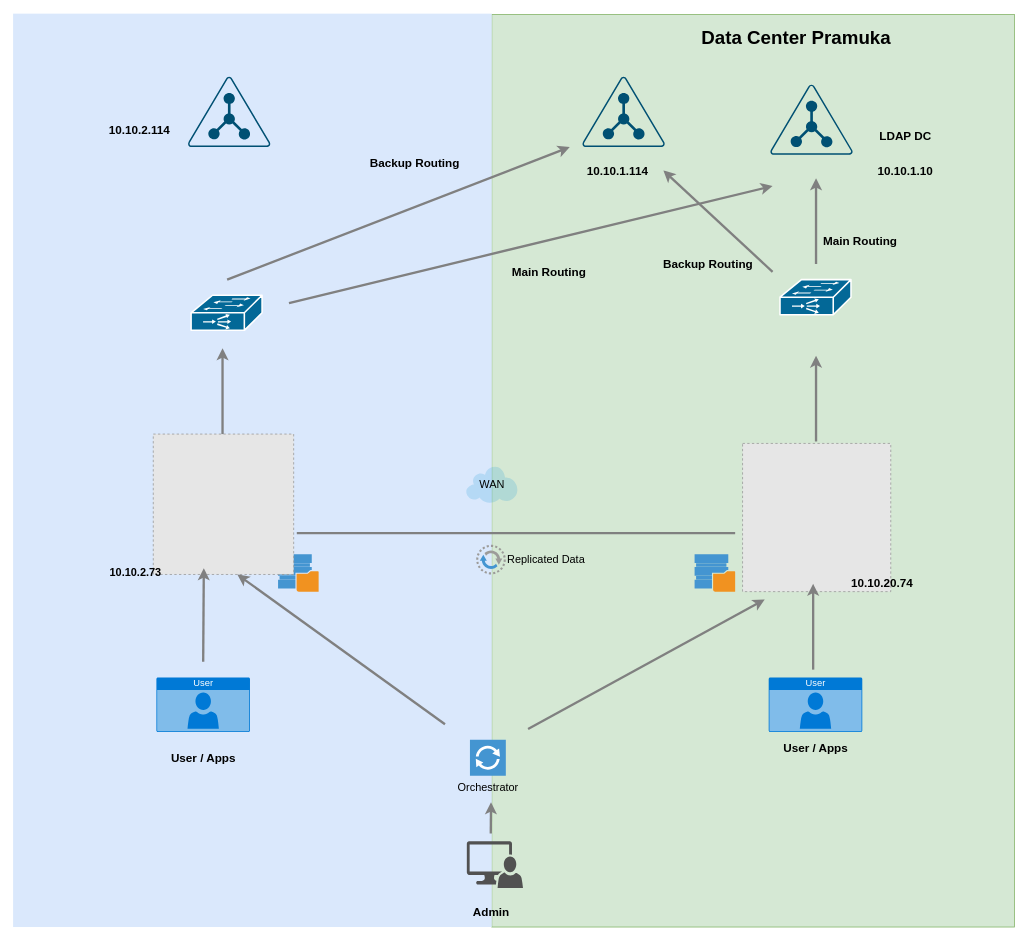
Above: page "Page-1" (1 of 3) of Ldap.drawio in wachid-sst/HomeWork (draw.io), before the change. Source tidied: cells renumbered, new cells numbered last; positions are measured from the earlier drawing's top-left corner, leaving out a move shared by most shapes. Both pictures are drawn from the tidied source at 78%, with x=0, y=0 at pixel (12, 13). Pictures stored in the file or linked from it are replaced by grey dashed boxes.
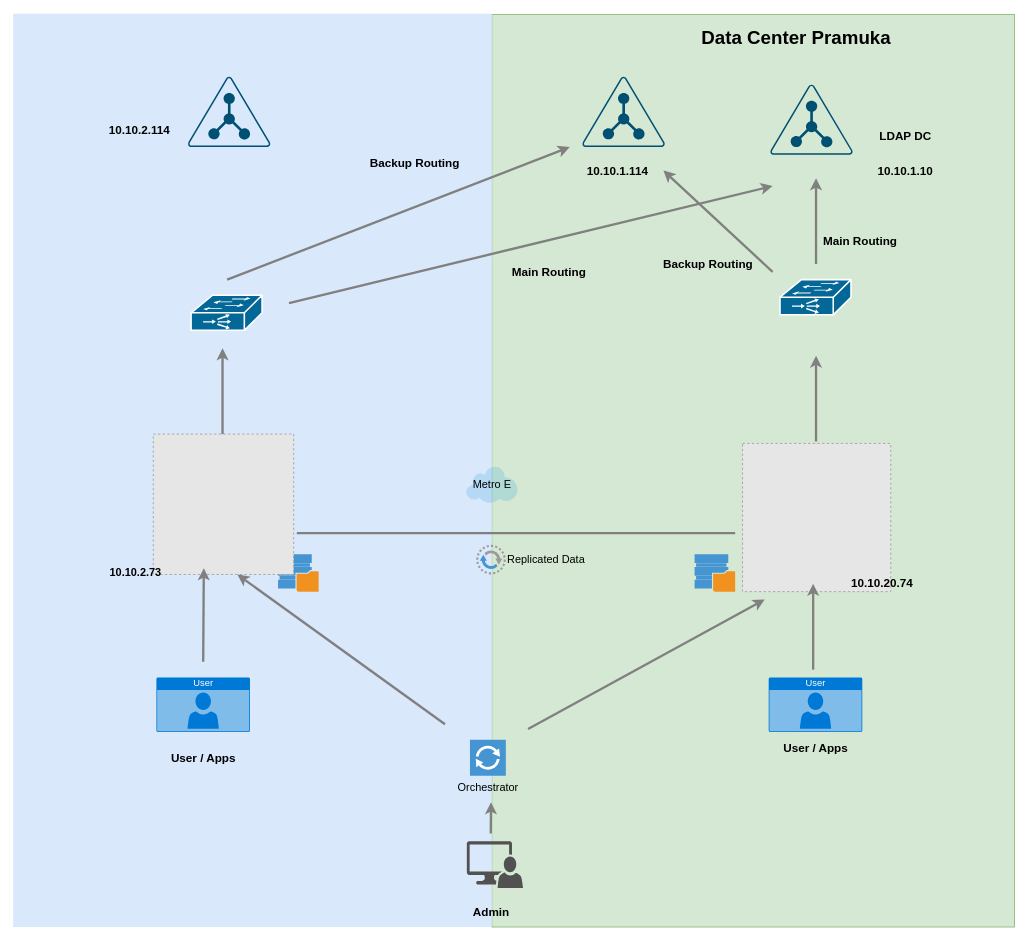
The same page after the edit.

The edit, as a diff of the source:
```diff
@@
-    <mxCell id="11" value="WAN" style="shadow=0;dashed=0;html=1;strokeColor=none;fillColor=#4495D1;labelPosition=center;verticalLabelPosition=middle;verticalAlign=middle;shape=mxgraph.veeam.2d.cloud;fontSize=14;align=center;" parent="1" vertex="1">
+    <mxCell id="11" value="Metro E" style="shadow=0;dashed=0;html=1;strokeColor=none;fillColor=#4495D1;labelPosition=center;verticalLabelPosition=middle;verticalAlign=middle;shape=mxgraph.veeam.2d.cloud;fontSize=14;align=center;" parent="1" vertex="1">
       <mxGeometry x="581" y="581" width="66" height="46" as="geometry" />
     </mxCell>
```
